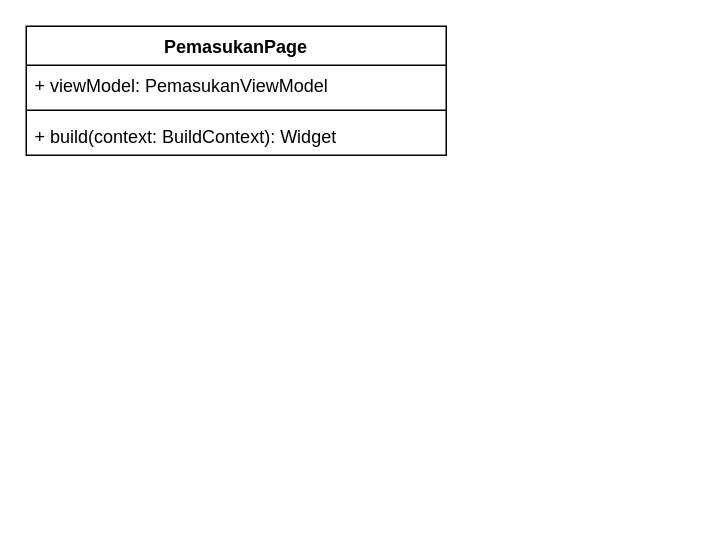
Earlier version of the draw.io diagram docs/UML/Class Diagram Detail/PemasukanPage.drawio (randy-ar/snap-notes-docs). Source tidied: cells renumbered, new cells numbered last; positions are measured from the earlier drawing's top-left corner, leaving out a move shared by most shapes. Both pictures are drawn from the tidied source at 150%, with x=0, y=0 at pixel (26, 26).
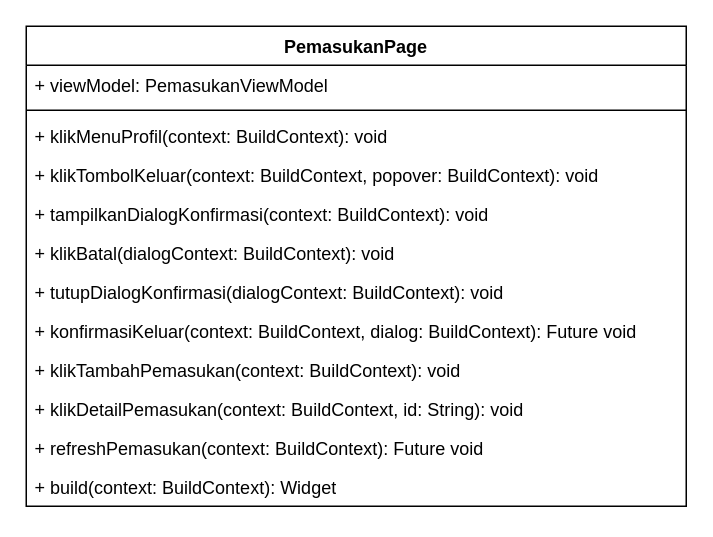
The same page after the edit.

What changed in the source:
```diff
@@
 <mxGraphModel background="#ffffff">
   <root>
     <mxCell id="0" />
     <mxCell id="1" parent="0" />
     <mxCell id="2" value="PemasukanPage" style="swimlane;fontStyle=1;align=center;verticalAlign=top;horizontal=1;startSize=26;whiteSpace=wrap;html=1;" parent="1" vertex="1">
-      <mxGeometry width="280" height="86" as="geometry" />
+      <mxGeometry width="440" height="320" as="geometry" />
     </mxCell>
     <mxCell id="3" value="+ viewModel: PemasukanViewModel" style="text;strokeColor=none;fillColor=none;align=left;verticalAlign=top;spacingLeft=4;spacingRight=4;overflow=hidden;whiteSpace=wrap;html=1;" parent="2" vertex="1">
-      <mxGeometry y="26" width="280" height="26" as="geometry" />
+      <mxGeometry y="26" width="440" height="26" as="geometry" />
     </mxCell>
     <mxCell id="4" style="line;strokeWidth=1;fillColor=none;align=left;verticalAlign=middle;spacingTop=-1;spacingLeft=3;spacingRight=3;labelPosition=right;strokeColor=inherit;" parent="2" vertex="1">
-      <mxGeometry y="52" width="280" height="8" as="geometry" />
+      <mxGeometry y="52" width="440" height="8" as="geometry" />
     </mxCell>
+    <mxCell id="6" value="+ klikMenuProfil(context: BuildContext): void" style="text;strokeColor=none;fillColor=none;align=left;verticalAlign=top;spacingLeft=4;spacingRight=4;overflow=hidden;whiteSpace=wrap;html=1;" parent="2" vertex="1">
+      <mxGeometry y="60" width="440" height="26" as="geometry" />
+    </mxCell>
+    <mxCell id="7" value="+ klikTombolKeluar(context: BuildContext, popover: BuildContext): void" style="text;strokeColor=none;fillColor=none;align=left;verticalAlign=top;spacingLeft=4;spacingRight=4;overflow=hidden;whiteSpace=wrap;html=1;" parent="2" vertex="1">
+      <mxGeometry y="86" width="440" height="26" as="geometry" />
+    </mxCell>
+    <mxCell id="8" value="+ tampilkanDialogKonfirmasi(context: BuildContext): void" style="text;strokeColor=none;fillColor=none;align=left;verticalAlign=top;spacingLeft=4;spacingRight=4;overflow=hidden;whiteSpace=wrap;html=1;" parent="2" vertex="1">
+      <mxGeometry y="112" width="440" height="26" as="geometry" />
+    </mxCell>
+    <mxCell id="9" value="+ klikBatal(dialogContext: BuildContext): void" style="text;strokeColor=none;fillColor=none;align=left;verticalAlign=top;spacingLeft=4;spacingRight=4;overflow=hidden;whiteSpace=wrap;html=1;" parent="2" vertex="1">
+      <mxGeometry y="138" width="440" height="26" as="geometry" />
+    </mxCell>
+    <mxCell id="10" value="+ tutupDialogKonfirmasi(dialogContext: BuildContext): void" style="text;strokeColor=none;fillColor=none;align=left;verticalAlign=top;spacingLeft=4;spacingRight=4;overflow=hidden;whiteSpace=wrap;html=1;" parent="2" vertex="1">
+      <mxGeometry y="164" width="440" height="26" as="geometry" />
+    </mxCell>
+    <mxCell id="11" value="+ konfirmasiKeluar(context: BuildContext, dialog: BuildContext): Future void" style="text;strokeColor=none;fillColor=none;align=left;verticalAlign=top;spacingLeft=4;spacingRight=4;overflow=hidden;whiteSpace=wrap;html=1;" parent="2" vertex="1">
+      <mxGeometry y="190" width="440" height="26" as="geometry" />
+    </mxCell>
+    <mxCell id="12" value="+ klikTambahPemasukan(context: BuildContext): void" style="text;strokeColor=none;fillColor=none;align=left;verticalAlign=top;spacingLeft=4;spacingRight=4;overflow=hidden;whiteSpace=wrap;html=1;" parent="2" vertex="1">
+      <mxGeometry y="216" width="440" height="26" as="geometry" />
+    </mxCell>
+    <mxCell id="13" value="+ klikDetailPemasukan(context: BuildContext, id: String): void" style="text;strokeColor=none;fillColor=none;align=left;verticalAlign=top;spacingLeft=4;spacingRight=4;overflow=hidden;whiteSpace=wrap;html=1;" parent="2" vertex="1">
+      <mxGeometry y="242" width="440" height="26" as="geometry" />
+    </mxCell>
+    <mxCell id="14" value="+ refreshPemasukan(context: BuildContext): Future void" style="text;strokeColor=none;fillColor=none;align=left;verticalAlign=top;spacingLeft=4;spacingRight=4;overflow=hidden;whiteSpace=wrap;html=1;" parent="2" vertex="1">
+      <mxGeometry y="268" width="440" height="26" as="geometry" />
+    </mxCell>
     <mxCell id="5" value="+ build(context: BuildContext): Widget" style="text;strokeColor=none;fillColor=none;align=left;verticalAlign=top;spacingLeft=4;spacingRight=4;overflow=hidden;whiteSpace=wrap;html=1;" parent="2" vertex="1">
-      <mxGeometry y="60" width="280" height="26" as="geometry" />
+      <mxGeometry y="294" width="440" height="26" as="geometry" />
     </mxCell>
   </root>
 </mxGraphModel>
```
